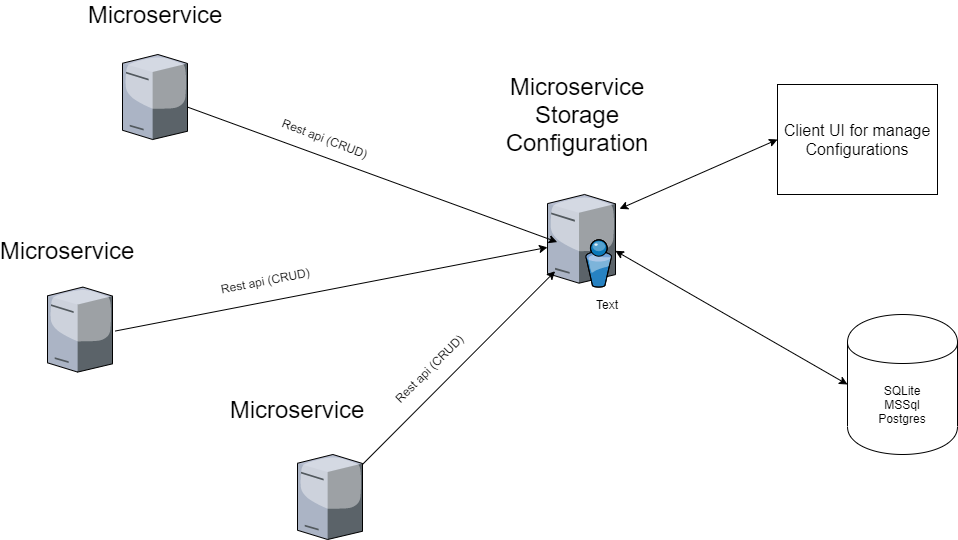
JingoC/resources_files keeps this draw.io diagram as microservice-configuration.png. Above is the earlier version. Source tidied: cells renumbered, new cells last; positions are measured from the earlier drawing's top-left corner, leaving out a move shared by most shapes. The source it was exported from:
```xml
<mxGraphModel background="#ffffff">
  <root>
    <mxCell id="0" />
    <mxCell id="1" parent="0" />
    <mxCell id="2" style="verticalLabelPosition=bottom;html=1;verticalAlign=top;strokeColor=none;shape=mxgraph.citrix.directory_server;rounded=0;shadow=0;comic=0;fontFamily=Verdana;" parent="1" vertex="1">
      <mxGeometry x="500" y="190" width="68" height="92.6" as="geometry" />
    </mxCell>
    <mxCell id="3" style="verticalLabelPosition=bottom;html=1;verticalAlign=top;strokeColor=none;shape=mxgraph.citrix.tower_server;rounded=0;shadow=0;comic=0;fontFamily=Verdana;" parent="1" vertex="1">
      <mxGeometry x="75" y="50" width="65" height="85" as="geometry" />
    </mxCell>
    <mxCell id="4" style="verticalLabelPosition=bottom;html=1;verticalAlign=top;strokeColor=none;shape=mxgraph.citrix.tower_server;rounded=0;shadow=0;comic=0;fontFamily=Verdana;" parent="1" vertex="1">
      <mxGeometry x="250" y="450" width="65" height="85" as="geometry" />
    </mxCell>
    <mxCell id="5" value="SQLite&lt;br&gt;MSSql&lt;br&gt;Postgres" style="shape=cylinder;whiteSpace=wrap;html=1;boundedLbl=1;backgroundOutline=1;" parent="1" vertex="1">
      <mxGeometry x="800" y="310" width="110" height="140" as="geometry" />
    </mxCell>
    <mxCell id="6" style="verticalLabelPosition=bottom;html=1;verticalAlign=top;strokeColor=none;shape=mxgraph.citrix.tower_server;rounded=0;shadow=0;comic=0;fontFamily=Verdana;" parent="1" vertex="1">
      <mxGeometry y="282.6" width="65" height="85" as="geometry" />
    </mxCell>
    <mxCell id="7" style="endArrow=classic;startArrow=classic;html=1;entryX=0;entryY=0.5;entryDx=0;entryDy=0;exitX=0.998;exitY=0.608;exitDx=0;exitDy=0;exitPerimeter=0;" parent="1" edge="1" source="2" target="5">
      <mxGeometry relative="1" as="geometry" />
    </mxCell>
    <mxCell id="8" value="&lt;font style=&quot;font-size: 24px&quot;&gt;Microservice&lt;br&gt;Storage&lt;br&gt;Configuration&lt;/font&gt;" style="text;html=1;strokeColor=none;fillColor=none;align=center;verticalAlign=middle;whiteSpace=wrap;rounded=0;" parent="1" vertex="1">
      <mxGeometry x="510" y="100" width="40" height="20" as="geometry" />
    </mxCell>
    <mxCell id="9" style="endArrow=classic;html=1;exitX=0.998;exitY=0.618;exitDx=0;exitDy=0;exitPerimeter=0;entryX=0.143;entryY=0.514;entryDx=0;entryDy=0;entryPerimeter=0;" parent="1" edge="1" source="3" target="2">
      <mxGeometry relative="1" as="geometry" />
    </mxCell>
    <mxCell id="10" style="endArrow=classic;html=1;exitX=1.043;exitY=0.517;exitDx=0;exitDy=0;exitPerimeter=0;" parent="1" edge="1" source="6" target="2">
      <mxGeometry relative="1" as="geometry" />
    </mxCell>
    <mxCell id="11" style="endArrow=classic;html=1;entryX=0.112;entryY=0.829;entryDx=0;entryDy=0;entryPerimeter=0;" parent="1" edge="1" source="4" target="2">
      <mxGeometry relative="1" as="geometry" />
    </mxCell>
    <mxCell id="12" value="Text" style="text;html=1;strokeColor=none;fillColor=none;align=center;verticalAlign=middle;whiteSpace=wrap;rounded=0;" parent="1" vertex="1">
      <mxGeometry x="540" y="290" width="40" height="20" as="geometry" />
    </mxCell>
    <mxCell id="13" value="&lt;font style=&quot;font-size: 24px&quot;&gt;Microservice&lt;br&gt;&lt;/font&gt;" style="text;html=1;strokeColor=none;fillColor=none;align=center;verticalAlign=middle;whiteSpace=wrap;rounded=0;" parent="1" vertex="1">
      <mxGeometry x="87.5" width="40" height="20" as="geometry" />
    </mxCell>
    <mxCell id="14" value="&lt;font style=&quot;font-size: 24px&quot;&gt;Microservice&lt;br&gt;&lt;/font&gt;" style="text;html=1;strokeColor=none;fillColor=none;align=center;verticalAlign=middle;whiteSpace=wrap;rounded=0;" parent="1" vertex="1">
      <mxGeometry y="236.3" width="40" height="20" as="geometry" />
    </mxCell>
    <mxCell id="15" value="&lt;font style=&quot;font-size: 24px&quot;&gt;Microservice&lt;br&gt;&lt;/font&gt;" style="text;html=1;strokeColor=none;fillColor=none;align=center;verticalAlign=middle;whiteSpace=wrap;rounded=0;" parent="1" vertex="1">
      <mxGeometry x="230" y="395" width="40" height="20" as="geometry" />
    </mxCell>
    <mxCell id="16" value="&lt;font size=&quot;3&quot;&gt;Client UI for manage Configurations&lt;/font&gt;" style="rounded=0;whiteSpace=wrap;html=1;" parent="1" vertex="1">
      <mxGeometry x="730" y="80" width="160" height="110" as="geometry" />
    </mxCell>
    <mxCell id="17" style="endArrow=classic;startArrow=classic;html=1;entryX=0;entryY=0.5;entryDx=0;entryDy=0;exitX=1.06;exitY=0.155;exitDx=0;exitDy=0;exitPerimeter=0;" parent="1" edge="1" source="2" target="16">
      <mxGeometry relative="1" as="geometry" />
    </mxCell>
    <mxCell id="18" value="Rest api (CRUD)" style="text;html=1;strokeColor=none;fillColor=none;align=center;verticalAlign=middle;whiteSpace=wrap;rounded=0;rotation=21;" parent="1" vertex="1">
      <mxGeometry x="226.4" y="119.5" width="103.8" height="28.6" as="geometry" />
    </mxCell>
    <mxCell id="19" value="Rest api (CRUD)" style="text;html=1;strokeColor=none;fillColor=none;align=center;verticalAlign=middle;whiteSpace=wrap;rounded=0;rotation=-11;" parent="1" vertex="1">
      <mxGeometry x="166.2" y="261.4" width="103.8" height="28.6" as="geometry" />
    </mxCell>
    <mxCell id="20" value="Rest api (CRUD)" style="text;html=1;strokeColor=none;fillColor=none;align=center;verticalAlign=middle;whiteSpace=wrap;rounded=0;rotation=-45;" parent="1" vertex="1">
      <mxGeometry x="330.1" y="350" width="103.8" height="28.6" as="geometry" />
    </mxCell>
  </root>
</mxGraphModel>
```
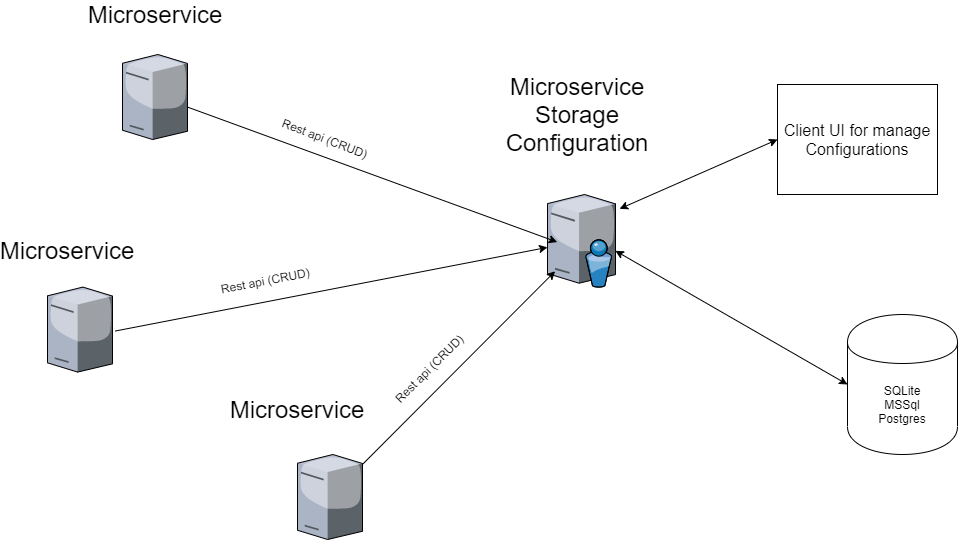
Above is the later version.

The edit, as a diff of the source:
```diff
@@ -32,9 +32,6 @@
     <mxCell id="11" style="endArrow=classic;html=1;entryX=0.112;entryY=0.829;entryDx=0;entryDy=0;entryPerimeter=0;" parent="1" edge="1" source="4" target="2">
       <mxGeometry relative="1" as="geometry" />
     </mxCell>
-    <mxCell id="12" value="Text" style="text;html=1;strokeColor=none;fillColor=none;align=center;verticalAlign=middle;whiteSpace=wrap;rounded=0;" parent="1" vertex="1">
-      <mxGeometry x="540" y="290" width="40" height="20" as="geometry" />
-    </mxCell>
     <mxCell id="13" value="&lt;font style=&quot;font-size: 24px&quot;&gt;Microservice&lt;br&gt;&lt;/font&gt;" style="text;html=1;strokeColor=none;fillColor=none;align=center;verticalAlign=middle;whiteSpace=wrap;rounded=0;" parent="1" vertex="1">
       <mxGeometry x="87.5" width="40" height="20" as="geometry" />
     </mxCell>
```
